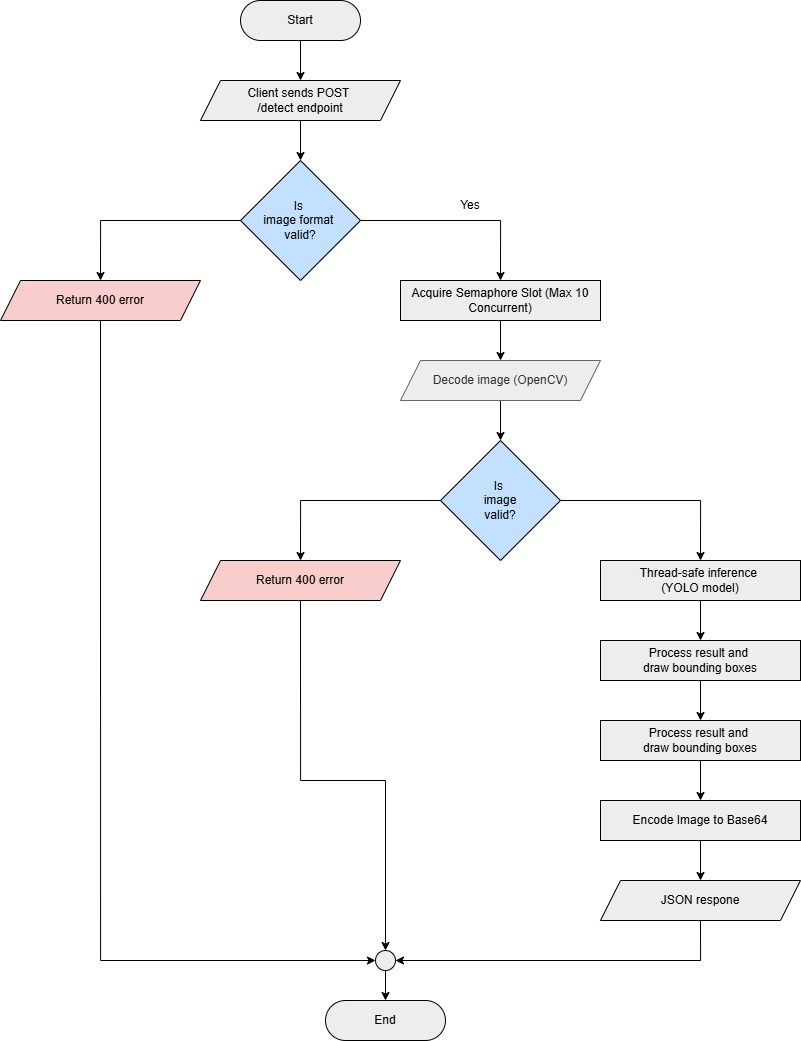
Above: documentation/asset-discrepancy-nmsai-system-architecture.png in eldisja1/asset-discrepancy-nmsai (draw.io), before the change. Source tidied: cells renumbered, new cells last; positions are measured from the earlier drawing's top-left corner, leaving out a move shared by most shapes.
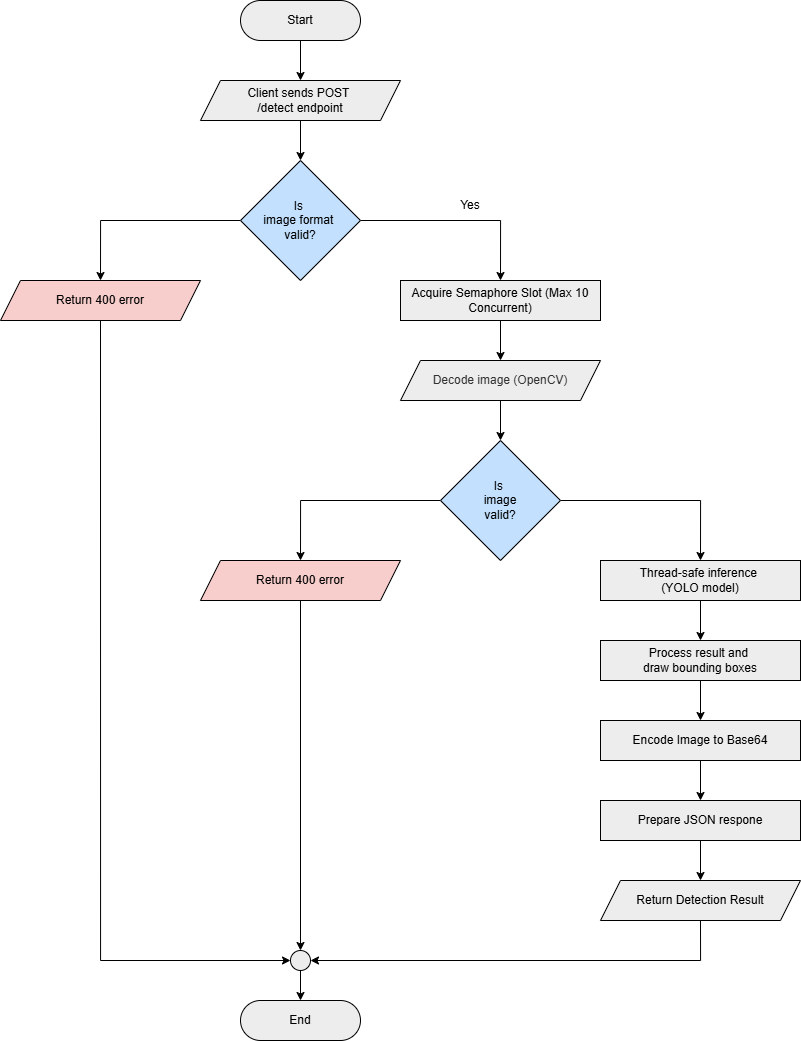
The same file after the commit.

Commit message:
docs: Refine README and architecture diagram

Change to the diagram source:
```diff
@@ -32,7 +32,7 @@
     <mxCell id="11" style="rounded=0;jettySize=auto;html=1;exitX=0.5;exitY=1;exitDx=0;exitDy=0;entryX=0.5;entryY=0;entryDx=0;entryDy=0;" parent="1" edge="1" source="12" target="18">
       <mxGeometry relative="1" as="geometry" />
     </mxCell>
-    <mxCell id="12" value="Decode image (OpenCV)" style="shape=parallelogram;perimeter=parallelogramPerimeter;whiteSpace=wrap;html=1;fixedSize=1;fillColor=#EDEDED;fontColor=#333333;strokeColor=#666666;" parent="1" vertex="1">
+    <mxCell id="12" value="Decode image (OpenCV)" style="shape=parallelogram;perimeter=parallelogramPerimeter;whiteSpace=wrap;html=1;fixedSize=1;fillColor=#EDEDED;fontColor=#333333;strokeColor=#000000;" parent="1" vertex="1">
       <mxGeometry x="400" y="360" width="200" height="40" as="geometry" />
     </mxCell>
     <mxCell id="13" style="edgeStyle=orthogonalEdgeStyle;rounded=0;jettySize=auto;html=1;exitX=0.5;exitY=1;exitDx=0;exitDy=0;entryX=0;entryY=0.5;entryDx=0;entryDy=0;" parent="1" edge="1" source="14" target="33">
@@ -53,13 +53,8 @@
     <mxCell id="18" value="Is&amp;nbsp;&lt;div&gt;image&lt;div&gt;valid?&lt;/div&gt;&lt;/div&gt;" style="rhombus;whiteSpace=wrap;html=1;fillColor=#C3E1FF;" parent="1" vertex="1">
       <mxGeometry x="440" y="440" width="120" height="120" as="geometry" />
     </mxCell>
-    <mxCell id="19" style="edgeStyle=orthogonalEdgeStyle;rounded=0;jettySize=auto;html=1;exitX=0.5;exitY=1;exitDx=0;exitDy=0;entryX=0.5;entryY=0;entryDx=0;entryDy=0;" parent="1" edge="1" source="20" target="33">
-      <mxGeometry relative="1" as="geometry">
-        <Array as="points">
-          <mxPoint x="300" y="780" />
-          <mxPoint x="385" y="780" />
-        </Array>
-      </mxGeometry>
+    <mxCell id="19" style="rounded=0;jettySize=auto;html=1;exitX=0.5;exitY=1;exitDx=0;exitDy=0;entryX=0.5;entryY=0;entryDx=0;entryDy=0;" parent="1" edge="1" source="20" target="33">
+      <mxGeometry relative="1" as="geometry" />
     </mxCell>
     <mxCell id="20" value="Return 400 error" style="shape=parallelogram;perimeter=parallelogramPerimeter;whiteSpace=wrap;html=1;fixedSize=1;fillColor=#F8CECC;" parent="1" vertex="1">
       <mxGeometry x="200" y="560" width="200" height="40" as="geometry" />
@@ -79,29 +74,29 @@
     <mxCell id="25" style="rounded=0;jettySize=auto;html=1;exitX=0.5;exitY=1;exitDx=0;exitDy=0;entryX=0.5;entryY=0;entryDx=0;entryDy=0;" parent="1" edge="1" source="26" target="28">
       <mxGeometry relative="1" as="geometry" />
     </mxCell>
-    <mxCell id="26" value="Process result and&amp;nbsp;&lt;div&gt;draw bounding boxes&lt;/div&gt;" style="rounded=0;whiteSpace=wrap;html=1;fillColor=#EDEDED;" parent="1" vertex="1">
+    <mxCell id="26" value="Encode Image to Base64" style="rounded=0;whiteSpace=wrap;html=1;fillColor=#EDEDED;" parent="1" vertex="1">
       <mxGeometry x="600" y="720" width="200" height="40" as="geometry" />
     </mxCell>
     <mxCell id="27" style="rounded=0;jettySize=auto;html=1;exitX=0.5;exitY=1;exitDx=0;exitDy=0;entryX=0.5;entryY=0;entryDx=0;entryDy=0;" parent="1" edge="1" source="28" target="30">
       <mxGeometry relative="1" as="geometry" />
     </mxCell>
-    <mxCell id="28" value="Encode Image to Base64" style="rounded=0;whiteSpace=wrap;html=1;fillColor=#EDEDED;" parent="1" vertex="1">
+    <mxCell id="28" value="Prepare JSON respone" style="rounded=0;whiteSpace=wrap;html=1;fillColor=#EDEDED;" parent="1" vertex="1">
       <mxGeometry x="600" y="800" width="200" height="40" as="geometry" />
     </mxCell>
     <mxCell id="29" style="edgeStyle=orthogonalEdgeStyle;rounded=0;jettySize=auto;html=1;exitX=0.5;exitY=1;exitDx=0;exitDy=0;entryX=1;entryY=0.5;entryDx=0;entryDy=0;" parent="1" edge="1" source="30" target="33">
       <mxGeometry relative="1" as="geometry" />
     </mxCell>
-    <mxCell id="30" value="JSON respone" style="shape=parallelogram;perimeter=parallelogramPerimeter;whiteSpace=wrap;html=1;fixedSize=1;fillColor=#EDEDED;" parent="1" vertex="1">
+    <mxCell id="30" value="Return Detection Result" style="shape=parallelogram;perimeter=parallelogramPerimeter;whiteSpace=wrap;html=1;fixedSize=1;fillColor=#EDEDED;" parent="1" vertex="1">
       <mxGeometry x="600" y="880" width="200" height="40" as="geometry" />
     </mxCell>
     <mxCell id="31" value="End" style="rounded=1;whiteSpace=wrap;html=1;arcSize=50;fillColor=#EDEDED;" parent="1" vertex="1">
-      <mxGeometry x="325" y="1000" width="120" height="40" as="geometry" />
+      <mxGeometry x="240" y="1000" width="120" height="40" as="geometry" />
     </mxCell>
     <mxCell id="32" style="edgeStyle=orthogonalEdgeStyle;rounded=0;jettySize=auto;html=1;exitX=0.5;exitY=1;exitDx=0;exitDy=0;entryX=0.5;entryY=0;entryDx=0;entryDy=0;" parent="1" edge="1" source="33" target="31">
       <mxGeometry relative="1" as="geometry" />
     </mxCell>
     <mxCell id="33" style="ellipse;whiteSpace=wrap;html=1;fillColor=#EDEDED;" parent="1" vertex="1">
-      <mxGeometry x="375" y="950" width="20" height="20" as="geometry" />
+      <mxGeometry x="290" y="950" width="20" height="20" as="geometry" />
     </mxCell>
   </root>
 </mxGraphModel>
```
